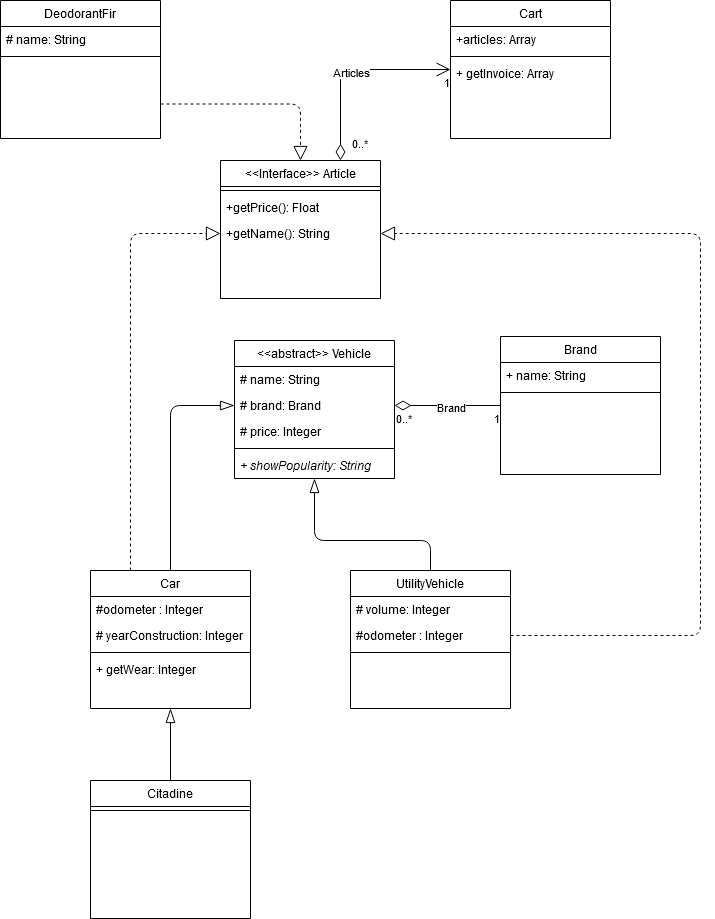
Earlier version of the draw.io export docs/Garage Diagram.png (BlueFaste/garage). Source tidied: cells renumbered, new cells last; positions are measured from the earlier drawing's top-left corner, leaving out a move shared by most shapes. Source of this version:
```xml
<mxGraphModel>
  <root>
    <mxCell id="0" />
    <mxCell id="1" parent="0" />
    <mxCell id="2" value="&lt;&lt;Interface&gt;&gt; Article" style="swimlane;fontStyle=0;align=center;verticalAlign=top;horizontal=1;startSize=26;rounded=0;shadow=0;strokeWidth=1;" parent="1" vertex="1">
      <mxGeometry x="220" y="160" width="160" height="138" as="geometry" />
    </mxCell>
    <mxCell id="3" style="line;html=1;strokeWidth=1;align=left;verticalAlign=middle;spacingTop=-1;spacingLeft=3;spacingRight=3;labelPosition=right;" parent="2" vertex="1">
      <mxGeometry y="26" width="160" height="8" as="geometry" />
    </mxCell>
    <mxCell id="4" value="+getPrice(): Float" style="text;align=left;verticalAlign=top;spacingLeft=4;spacingRight=4;overflow=hidden;fontStyle=0;" parent="2" vertex="1">
      <mxGeometry y="34" width="160" height="26" as="geometry" />
    </mxCell>
    <mxCell id="5" value="+getName(): String" style="text;align=left;verticalAlign=top;spacingLeft=4;spacingRight=4;overflow=hidden;points=[[0,0.5],[1,0.5]];portConstraint=eastwest;" parent="2" vertex="1">
      <mxGeometry y="60" width="160" height="26" as="geometry" />
    </mxCell>
    <mxCell id="6" value="Brand" style="swimlane;fontStyle=0;align=center;verticalAlign=top;horizontal=1;startSize=26;rounded=0;shadow=0;strokeWidth=1;" parent="1" vertex="1">
      <mxGeometry x="500" y="336" width="160" height="138" as="geometry" />
    </mxCell>
    <mxCell id="7" value="+ name: String" style="text;align=left;verticalAlign=top;spacingLeft=4;spacingRight=4;overflow=hidden;fontStyle=0;" parent="6" vertex="1">
      <mxGeometry y="26" width="160" height="26" as="geometry" />
    </mxCell>
    <mxCell id="8" style="line;html=1;strokeWidth=1;align=left;verticalAlign=middle;spacingTop=-1;spacingLeft=3;spacingRight=3;labelPosition=right;" parent="6" vertex="1">
      <mxGeometry y="52" width="160" height="8" as="geometry" />
    </mxCell>
    <mxCell id="9" value="&lt;&lt;abstract&gt;&gt; Vehicle" style="swimlane;fontStyle=0;align=center;verticalAlign=top;horizontal=1;startSize=26;rounded=0;shadow=0;strokeWidth=1;" parent="1" vertex="1">
      <mxGeometry x="234" y="340" width="160" height="138" as="geometry" />
    </mxCell>
    <mxCell id="10" value="# name: String" style="text;align=left;verticalAlign=top;spacingLeft=4;spacingRight=4;overflow=hidden;fontStyle=0;" parent="9" vertex="1">
      <mxGeometry y="26" width="160" height="26" as="geometry" />
    </mxCell>
    <mxCell id="11" value="# brand: Brand" style="text;align=left;verticalAlign=top;spacingLeft=4;spacingRight=4;overflow=hidden;points=[[0,0.5],[1,0.5]];portConstraint=eastwest;fontStyle=0;" parent="9" vertex="1">
      <mxGeometry y="52" width="160" height="26" as="geometry" />
    </mxCell>
    <mxCell id="12" value="# price: Integer" style="text;align=left;verticalAlign=top;spacingLeft=4;spacingRight=4;overflow=hidden;fontStyle=0;" parent="9" vertex="1">
      <mxGeometry y="78" width="160" height="26" as="geometry" />
    </mxCell>
    <mxCell id="13" style="line;html=1;strokeWidth=1;align=left;verticalAlign=middle;spacingTop=-1;spacingLeft=3;spacingRight=3;labelPosition=right;" parent="9" vertex="1">
      <mxGeometry y="104" width="160" height="8" as="geometry" />
    </mxCell>
    <mxCell id="14" value="+ showPopularity: String" style="text;align=left;verticalAlign=top;spacingLeft=4;spacingRight=4;overflow=hidden;fontStyle=2;" parent="9" vertex="1">
      <mxGeometry y="112" width="160" height="26" as="geometry" />
    </mxCell>
    <mxCell id="15" value="Car" style="swimlane;fontStyle=0;align=center;verticalAlign=top;horizontal=1;startSize=26;rounded=0;shadow=0;strokeWidth=1;" parent="1" vertex="1">
      <mxGeometry x="90" y="570" width="160" height="138" as="geometry" />
    </mxCell>
    <mxCell id="16" value="#odometer : Integer" style="text;align=left;verticalAlign=top;spacingLeft=4;spacingRight=4;overflow=hidden;fontStyle=0;" parent="15" vertex="1">
      <mxGeometry y="26" width="160" height="26" as="geometry" />
    </mxCell>
    <mxCell id="17" value="# yearConstruction: Integer" style="text;align=left;verticalAlign=top;spacingLeft=4;spacingRight=4;overflow=hidden;fontStyle=0;" parent="15" vertex="1">
      <mxGeometry y="52" width="160" height="26" as="geometry" />
    </mxCell>
    <mxCell id="18" style="line;html=1;strokeWidth=1;align=left;verticalAlign=middle;spacingTop=-1;spacingLeft=3;spacingRight=3;labelPosition=right;" parent="15" vertex="1">
      <mxGeometry y="78" width="160" height="8" as="geometry" />
    </mxCell>
    <mxCell id="19" value="+ getWear: Integer" style="text;align=left;verticalAlign=top;spacingLeft=4;spacingRight=4;overflow=hidden;fontStyle=0;" parent="15" vertex="1">
      <mxGeometry y="86" width="160" height="26" as="geometry" />
    </mxCell>
    <mxCell id="20" style="endArrow=block;endFill=0;endSize=12;html=1;exitX=0.25;exitY=0;exitDx=0;exitDy=0;entryX=0;entryY=0.5;entryDx=0;entryDy=0;dashed=1;edgeStyle=orthogonalEdgeStyle;" parent="1" edge="1" source="15" target="5">
      <mxGeometry relative="1" as="geometry" />
    </mxCell>
    <mxCell id="21" style="endArrow=blockThin;endFill=0;endSize=12;html=1;exitX=0.5;exitY=0;exitDx=0;exitDy=0;entryX=0;entryY=0.5;entryDx=0;entryDy=0;edgeStyle=orthogonalEdgeStyle;" parent="1" edge="1" source="15" target="11">
      <mxGeometry relative="1" as="geometry" />
    </mxCell>
    <mxCell id="22" style="endArrow=none;html=1;endSize=12;startArrow=diamondThin;startSize=14;startFill=0;edgeStyle=orthogonalEdgeStyle;exitX=1;exitY=0.5;exitDx=0;exitDy=0;entryX=0;entryY=0.5;entryDx=0;entryDy=0;endFill=0;" parent="1" edge="1" source="11" target="6">
      <mxGeometry relative="1" as="geometry" />
    </mxCell>
    <mxCell id="23" value="0..*" style="edgeLabel;html=1;align=left;verticalAlign=top;" parent="22" vertex="1">
      <mxGeometry x="-1" relative="1" as="geometry" />
    </mxCell>
    <mxCell id="24" value="1" style="edgeLabel;html=1;align=right;verticalAlign=top;" parent="22" vertex="1">
      <mxGeometry x="1" relative="1" as="geometry" />
    </mxCell>
    <mxCell id="25" value="&lt;div&gt;Brand&lt;/div&gt;" style="edgeLabel;html=1;align=center;verticalAlign=middle;" parent="22" vertex="1">
      <mxGeometry x="-0.28" y="-1" relative="1" as="geometry">
        <mxPoint x="18" as="offset" />
      </mxGeometry>
    </mxCell>
    <mxCell id="26" value="Citadine" style="swimlane;fontStyle=0;align=center;verticalAlign=top;horizontal=1;startSize=26;rounded=0;shadow=0;strokeWidth=1;" parent="1" vertex="1">
      <mxGeometry x="90" y="780" width="160" height="138" as="geometry" />
    </mxCell>
    <mxCell id="27" style="line;html=1;strokeWidth=1;align=left;verticalAlign=middle;spacingTop=-1;spacingLeft=3;spacingRight=3;labelPosition=right;" parent="26" vertex="1">
      <mxGeometry y="26" width="160" height="8" as="geometry" />
    </mxCell>
    <mxCell id="28" style="endArrow=blockThin;endFill=0;endSize=12;html=1;entryX=0.5;entryY=1;entryDx=0;entryDy=0;" parent="1" edge="1" source="26" target="15">
      <mxGeometry relative="1" as="geometry" />
    </mxCell>
    <mxCell id="29" value="UtilityVehicle" style="swimlane;fontStyle=0;align=center;verticalAlign=top;horizontal=1;startSize=26;rounded=0;shadow=0;strokeWidth=1;" parent="1" vertex="1">
      <mxGeometry x="350" y="570" width="160" height="138" as="geometry" />
    </mxCell>
    <mxCell id="30" value="# volume: Integer" style="text;align=left;verticalAlign=top;spacingLeft=4;spacingRight=4;overflow=hidden;fontStyle=0;" parent="29" vertex="1">
      <mxGeometry y="26" width="160" height="26" as="geometry" />
    </mxCell>
    <mxCell id="31" value="#odometer : Integer" style="text;align=left;verticalAlign=top;spacingLeft=4;spacingRight=4;overflow=hidden;points=[[0,0.5],[1,0.5]];portConstraint=eastwest;fontStyle=0;" parent="29" vertex="1">
      <mxGeometry y="52" width="160" height="26" as="geometry" />
    </mxCell>
    <mxCell id="32" style="line;html=1;strokeWidth=1;align=left;verticalAlign=middle;spacingTop=-1;spacingLeft=3;spacingRight=3;labelPosition=right;" parent="29" vertex="1">
      <mxGeometry y="78" width="160" height="8" as="geometry" />
    </mxCell>
    <mxCell id="33" style="endArrow=blockThin;endFill=0;endSize=12;html=1;exitX=0.5;exitY=0;exitDx=0;exitDy=0;entryX=0.5;entryY=1;entryDx=0;entryDy=0;edgeStyle=orthogonalEdgeStyle;" parent="1" edge="1" source="29" target="9">
      <mxGeometry relative="1" as="geometry">
        <Array as="points">
          <mxPoint x="430" y="540" />
          <mxPoint x="314" y="540" />
        </Array>
      </mxGeometry>
    </mxCell>
    <mxCell id="34" style="endArrow=block;endFill=0;endSize=12;html=1;exitX=1;exitY=0.5;exitDx=0;exitDy=0;entryX=1;entryY=0.5;entryDx=0;entryDy=0;dashed=1;edgeStyle=orthogonalEdgeStyle;" parent="1" edge="1" source="31" target="5">
      <mxGeometry relative="1" as="geometry">
        <Array as="points">
          <mxPoint x="700" y="635" />
          <mxPoint x="700" y="233" />
        </Array>
      </mxGeometry>
    </mxCell>
    <mxCell id="35" value="DeodorantFir" style="swimlane;fontStyle=0;align=center;verticalAlign=top;horizontal=1;startSize=26;rounded=0;shadow=0;strokeWidth=1;" parent="1" vertex="1">
      <mxGeometry width="160" height="138" as="geometry" />
    </mxCell>
    <mxCell id="36" value="# name: String" style="text;align=left;verticalAlign=top;spacingLeft=4;spacingRight=4;overflow=hidden;fontStyle=0;" parent="35" vertex="1">
      <mxGeometry y="26" width="160" height="26" as="geometry" />
    </mxCell>
    <mxCell id="37" style="line;html=1;strokeWidth=1;align=left;verticalAlign=middle;spacingTop=-1;spacingLeft=3;spacingRight=3;labelPosition=right;" parent="35" vertex="1">
      <mxGeometry y="52" width="160" height="8" as="geometry" />
    </mxCell>
    <mxCell id="38" style="endArrow=block;endFill=0;endSize=12;html=1;exitX=1;exitY=0.75;exitDx=0;exitDy=0;entryX=0.5;entryY=0;entryDx=0;entryDy=0;dashed=1;edgeStyle=orthogonalEdgeStyle;" parent="1" edge="1" source="35" target="2">
      <mxGeometry relative="1" as="geometry" />
    </mxCell>
    <mxCell id="39" value="Cart" style="swimlane;fontStyle=0;align=center;verticalAlign=top;horizontal=1;startSize=26;rounded=0;shadow=0;strokeWidth=1;" parent="1" vertex="1">
      <mxGeometry x="450" width="160" height="138" as="geometry" />
    </mxCell>
    <mxCell id="40" value="+articles: Array" style="text;align=left;verticalAlign=top;spacingLeft=4;spacingRight=4;overflow=hidden;fontStyle=0;" parent="39" vertex="1">
      <mxGeometry y="26" width="160" height="26" as="geometry" />
    </mxCell>
    <mxCell id="41" style="line;html=1;strokeWidth=1;align=left;verticalAlign=middle;spacingTop=-1;spacingLeft=3;spacingRight=3;labelPosition=right;" parent="39" vertex="1">
      <mxGeometry y="52" width="160" height="8" as="geometry" />
    </mxCell>
    <mxCell id="42" value="+ getInvoice: Array" style="text;align=left;verticalAlign=top;spacingLeft=4;spacingRight=4;overflow=hidden;fontStyle=0;" parent="39" vertex="1">
      <mxGeometry y="60" width="160" height="26" as="geometry" />
    </mxCell>
    <mxCell id="43" style="endArrow=open;html=1;endSize=12;startArrow=diamondThin;startSize=14;startFill=0;edgeStyle=orthogonalEdgeStyle;exitX=0.75;exitY=0;exitDx=0;exitDy=0;entryX=0;entryY=0.5;entryDx=0;entryDy=0;" parent="1" edge="1" source="2" target="39">
      <mxGeometry relative="1" as="geometry" />
    </mxCell>
    <mxCell id="44" value="0..*" style="edgeLabel;html=1;align=left;verticalAlign=top;" parent="43" vertex="1">
      <mxGeometry x="-1" relative="1" as="geometry">
        <mxPoint x="10" y="-30" as="offset" />
      </mxGeometry>
    </mxCell>
    <mxCell id="45" value="1" style="edgeLabel;html=1;align=right;verticalAlign=top;" parent="43" vertex="1">
      <mxGeometry x="1" relative="1" as="geometry" />
    </mxCell>
    <mxCell id="46" value="Articles" style="edgeLabel;html=1;align=center;verticalAlign=middle;" parent="43" vertex="1">
      <mxGeometry x="0.13" y="-2" relative="1" as="geometry">
        <mxPoint x="-13" as="offset" />
      </mxGeometry>
    </mxCell>
  </root>
</mxGraphModel>
```
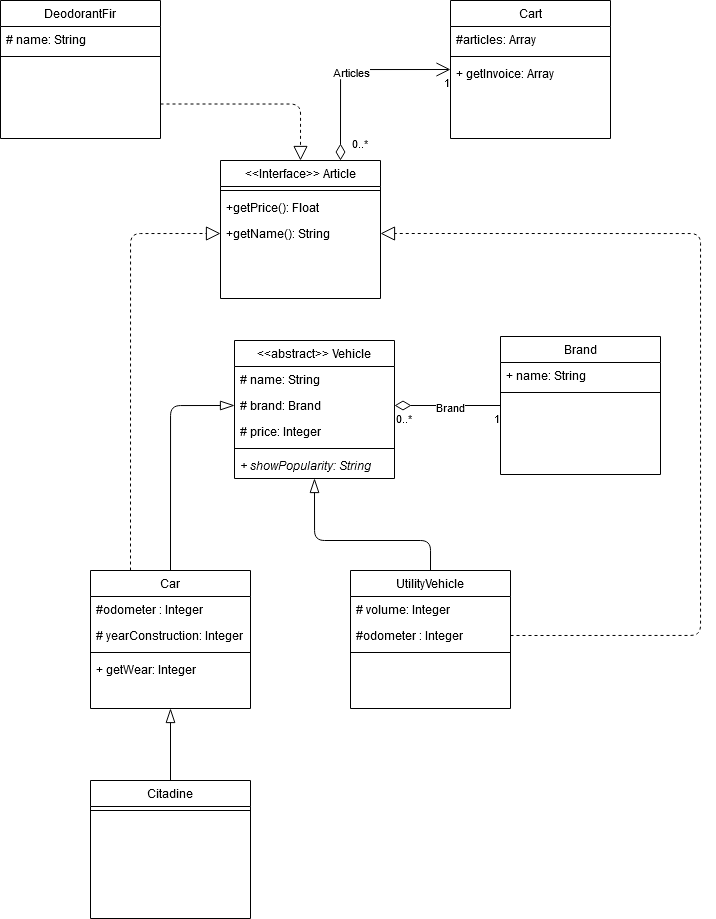
After the commit.

Change to the diagram source:
```diff
@@ -128,7 +128,7 @@
     <mxCell id="39" value="Cart" style="swimlane;fontStyle=0;align=center;verticalAlign=top;horizontal=1;startSize=26;rounded=0;shadow=0;strokeWidth=1;" parent="1" vertex="1">
       <mxGeometry x="450" width="160" height="138" as="geometry" />
     </mxCell>
-    <mxCell id="40" value="+articles: Array" style="text;align=left;verticalAlign=top;spacingLeft=4;spacingRight=4;overflow=hidden;fontStyle=0;" parent="39" vertex="1">
+    <mxCell id="40" value="#articles: Array" style="text;align=left;verticalAlign=top;spacingLeft=4;spacingRight=4;overflow=hidden;fontStyle=0;" parent="39" vertex="1">
       <mxGeometry y="26" width="160" height="26" as="geometry" />
     </mxCell>
     <mxCell id="41" style="line;html=1;strokeWidth=1;align=left;verticalAlign=middle;spacingTop=-1;spacingLeft=3;spacingRight=3;labelPosition=right;" parent="39" vertex="1">
```
